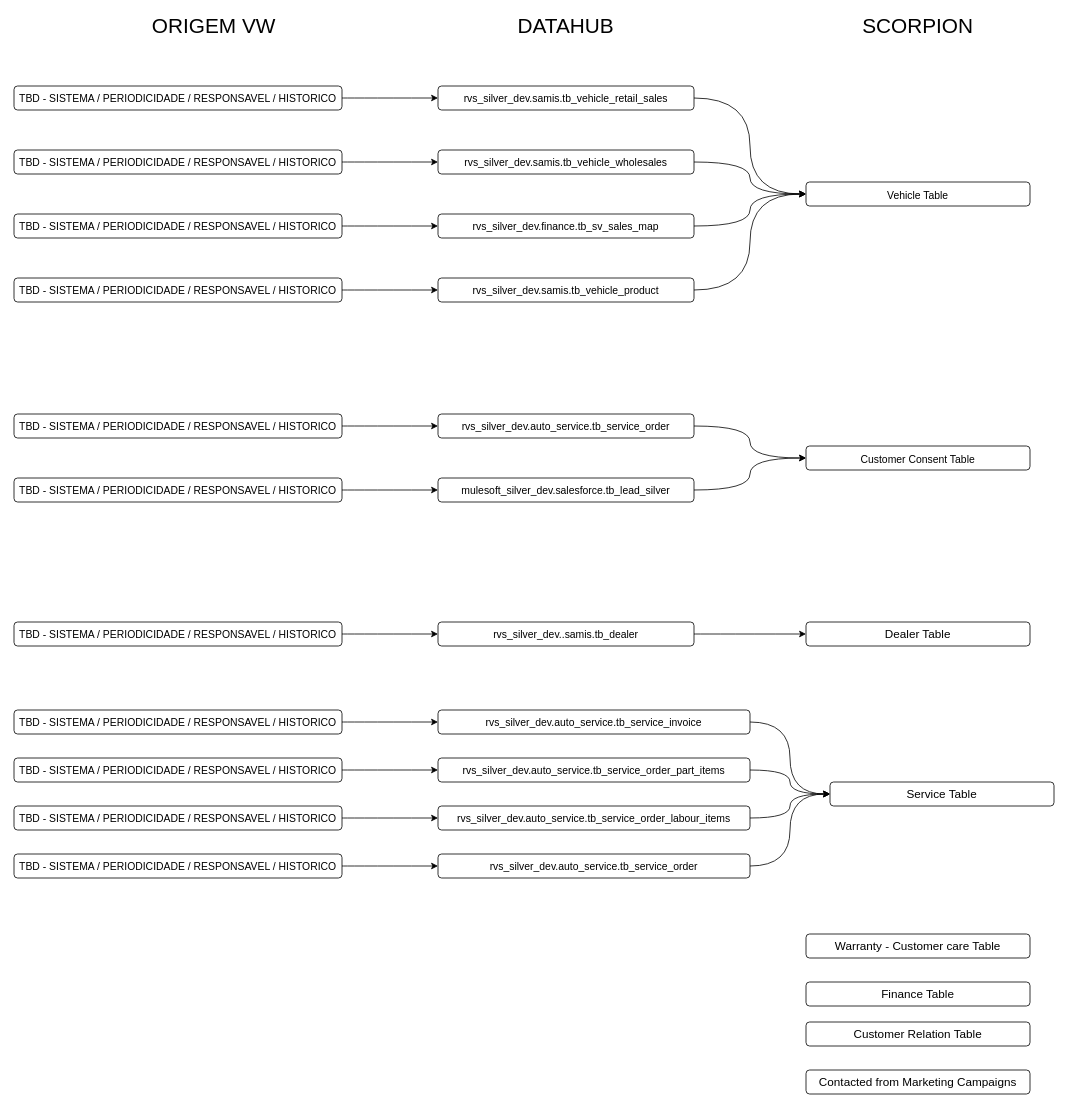
Above: page "Fluxo Tabelas" (4 of 6) of scorpion.drawio in leo-odilon/draw.io (draw.io), before the change. Source tidied: cells renumbered, new cells numbered last; positions are measured from the earlier drawing's top-left corner, leaving out a move shared by most shapes. Both pictures are drawn from the tidied source at 80%, with x=0, y=0 at pixel (14, 14).
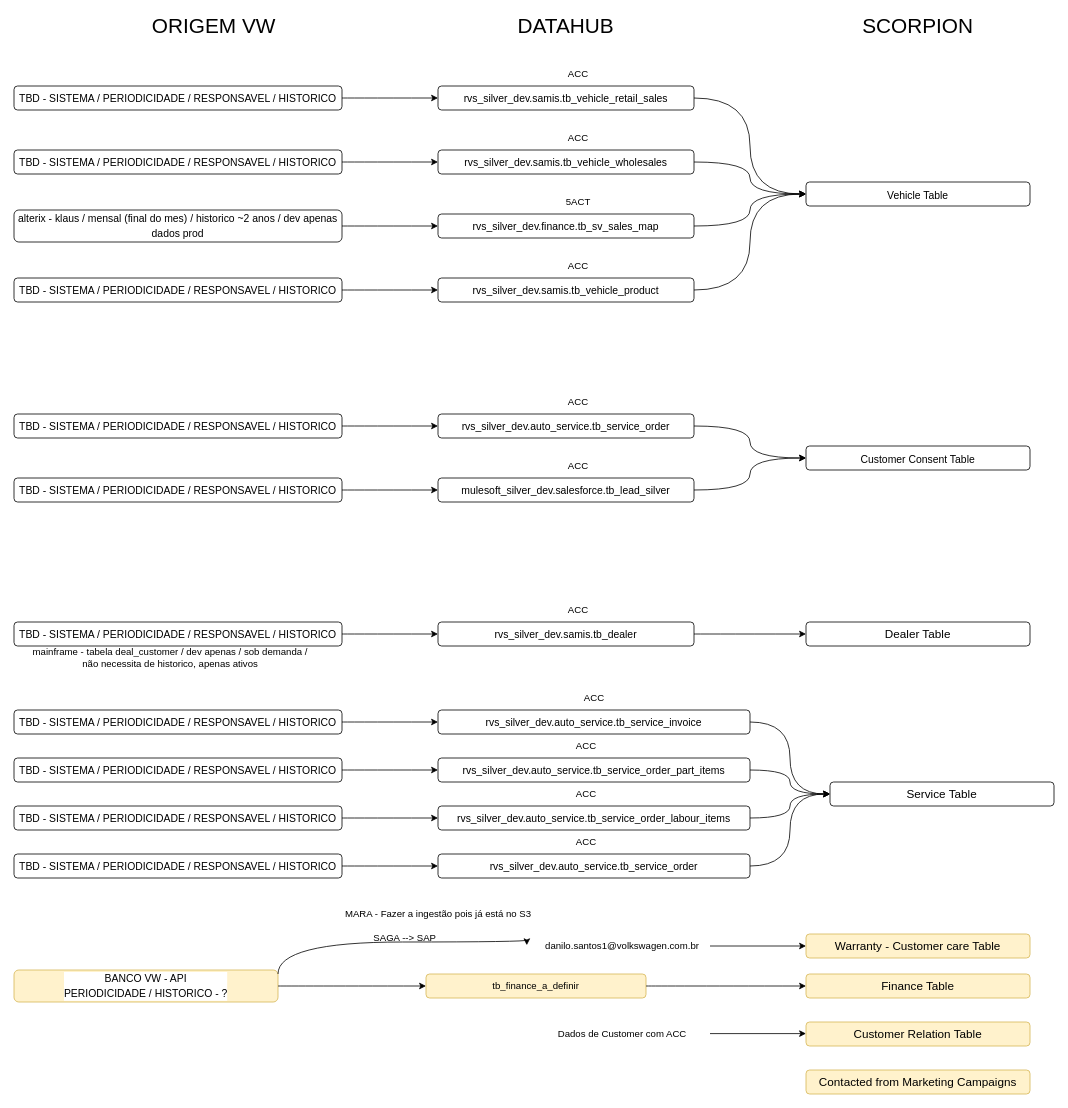
The same page after the edit.

Change to the diagram source:
```diff
@@
-    <mxCell id="4" value="&lt;div style=&quot;font-size: medium;&quot;&gt;&lt;div style=&quot;&quot;&gt;&lt;div style=&quot;&quot;&gt;&lt;table width=&quot;243&quot; style=&quot;border-collapse: collapse; width: 182pt;&quot;&gt;&lt;colgroup&gt;&lt;col width=&quot;243&quot; style=&quot;width: 182pt;&quot;&gt;&lt;/colgroup&gt;&lt;tbody&gt;&lt;tr height=&quot;21&quot; style=&quot;height: 15.75pt;&quot;&gt;&lt;td width=&quot;243&quot; height=&quot;21&quot; class=&quot;xl24&quot; style=&quot;padding-top: 1px; padding-right: 1px; padding-left: 1px; font-size: 11pt; font-family: &amp;quot;Aptos Narrow&amp;quot;, sans-serif; vertical-align: bottom; border: none; text-wrap: nowrap; width: 182pt; height: 15.75pt;&quot;&gt;Customer Relation Table&lt;/td&gt;&lt;/tr&gt;&lt;/tbody&gt;&lt;/table&gt;&lt;/div&gt;&lt;/div&gt;&lt;/div&gt;" style="rounded=1;whiteSpace=wrap;html=1;align=center;verticalAlign=middle;" parent="1" vertex="1">
+    <mxCell id="4" value="&lt;div style=&quot;font-size: medium;&quot;&gt;&lt;div style=&quot;&quot;&gt;&lt;div style=&quot;&quot;&gt;&lt;table width=&quot;243&quot; style=&quot;border-collapse: collapse; width: 182pt;&quot;&gt;&lt;colgroup&gt;&lt;col width=&quot;243&quot; style=&quot;width: 182pt;&quot;&gt;&lt;/colgroup&gt;&lt;tbody&gt;&lt;tr height=&quot;21&quot; style=&quot;height: 15.75pt;&quot;&gt;&lt;td width=&quot;243&quot; height=&quot;21&quot; class=&quot;xl24&quot; style=&quot;padding-top: 1px; padding-right: 1px; padding-left: 1px; font-size: 11pt; font-family: &amp;quot;Aptos Narrow&amp;quot;, sans-serif; vertical-align: bottom; border: none; text-wrap: nowrap; width: 182pt; height: 15.75pt;&quot;&gt;Customer Relation Table&lt;/td&gt;&lt;/tr&gt;&lt;/tbody&gt;&lt;/table&gt;&lt;/div&gt;&lt;/div&gt;&lt;/div&gt;" style="rounded=1;whiteSpace=wrap;html=1;align=center;verticalAlign=middle;fillColor=#fff2cc;strokeColor=#d6b656;" parent="1" vertex="1">
       <mxGeometry x="990" y="1260" width="280" height="30" as="geometry" />
     </mxCell>
-    <mxCell id="5" value="&lt;div style=&quot;font-size: medium;&quot;&gt;&lt;div style=&quot;&quot;&gt;&lt;table width=&quot;243&quot; style=&quot;border-collapse: collapse; width: 182pt;&quot;&gt;&lt;colgroup&gt;&lt;col width=&quot;243&quot; style=&quot;width: 182pt;&quot;&gt;&lt;/colgroup&gt;&lt;tbody&gt;&lt;tr height=&quot;21&quot; style=&quot;height: 15.75pt;&quot;&gt;&lt;td width=&quot;243&quot; height=&quot;21&quot; class=&quot;xl24&quot; style=&quot;padding-top: 1px; padding-right: 1px; padding-left: 1px; font-size: 11pt; font-family: &amp;quot;Aptos Narrow&amp;quot;, sans-serif; vertical-align: bottom; border: none; text-wrap: nowrap; width: 182pt; height: 15.75pt;&quot;&gt;Warranty - Customer care Table&lt;/td&gt;&lt;/tr&gt;&lt;/tbody&gt;&lt;/table&gt;&lt;/div&gt;&lt;/div&gt;" style="rounded=1;whiteSpace=wrap;html=1;align=center;" parent="1" vertex="1">
+    <mxCell id="5" value="&lt;div style=&quot;font-size: medium;&quot;&gt;&lt;div style=&quot;&quot;&gt;&lt;table width=&quot;243&quot; style=&quot;border-collapse: collapse; width: 182pt;&quot;&gt;&lt;colgroup&gt;&lt;col width=&quot;243&quot; style=&quot;width: 182pt;&quot;&gt;&lt;/colgroup&gt;&lt;tbody&gt;&lt;tr height=&quot;21&quot; style=&quot;height: 15.75pt;&quot;&gt;&lt;td width=&quot;243&quot; height=&quot;21&quot; class=&quot;xl24&quot; style=&quot;padding-top: 1px; padding-right: 1px; padding-left: 1px; font-size: 11pt; font-family: &amp;quot;Aptos Narrow&amp;quot;, sans-serif; vertical-align: bottom; border: none; text-wrap: nowrap; width: 182pt; height: 15.75pt;&quot;&gt;Warranty - Customer care Table&lt;/td&gt;&lt;/tr&gt;&lt;/tbody&gt;&lt;/table&gt;&lt;/div&gt;&lt;/div&gt;" style="rounded=1;whiteSpace=wrap;html=1;align=center;fillColor=#fff2cc;strokeColor=#d6b656;" parent="1" vertex="1">
       <mxGeometry x="990" y="1150" width="280" height="30" as="geometry" />
     </mxCell>
-    <mxCell id="6" value="&lt;div style=&quot;font-size: medium;&quot;&gt;&lt;div style=&quot;&quot;&gt;&lt;div style=&quot;&quot;&gt;&lt;table width=&quot;243&quot; style=&quot;border-collapse: collapse; width: 182pt;&quot;&gt;&lt;colgroup&gt;&lt;col width=&quot;243&quot; style=&quot;width: 182pt;&quot;&gt;&lt;/colgroup&gt;&lt;tbody&gt;&lt;tr height=&quot;21&quot; style=&quot;height: 15.75pt;&quot;&gt;&lt;td width=&quot;243&quot; height=&quot;21&quot; class=&quot;xl24&quot; style=&quot;padding-top: 1px; padding-right: 1px; padding-left: 1px; font-size: 11pt; font-family: &amp;quot;Aptos Narrow&amp;quot;, sans-serif; vertical-align: bottom; border: none; text-wrap: nowrap; width: 182pt; height: 15.75pt;&quot;&gt;Finance Table&lt;/td&gt;&lt;/tr&gt;&lt;/tbody&gt;&lt;/table&gt;&lt;/div&gt;&lt;/div&gt;&lt;/div&gt;" style="rounded=1;whiteSpace=wrap;html=1;align=center;" parent="1" vertex="1">
-      <mxGeometry x="990" y="1210" width="280" height="30" as="geometry" />
+    <mxCell id="6" value="tb_finance_a_definir" style="rounded=1;whiteSpace=wrap;html=1;align=center;fillColor=#fff2cc;strokeColor=#d6b656;" parent="1" vertex="1">
+      <mxGeometry x="515" y="1200" width="275" height="30" as="geometry" />
     </mxCell>
-    <mxCell id="7" value="&lt;div style=&quot;font-size: medium;&quot;&gt;&lt;div style=&quot;&quot;&gt;&lt;div style=&quot;&quot;&gt;&lt;div style=&quot;&quot;&gt;&lt;div style=&quot;&quot;&gt;&lt;table width=&quot;243&quot; style=&quot;border-collapse: collapse; width: 182pt;&quot;&gt;&lt;colgroup&gt;&lt;col width=&quot;243&quot; style=&quot;width: 182pt;&quot;&gt;&lt;/colgroup&gt;&lt;tbody&gt;&lt;tr height=&quot;21&quot; style=&quot;height: 15.75pt;&quot;&gt;&lt;td width=&quot;243&quot; height=&quot;21&quot; class=&quot;xl24&quot; style=&quot;padding-top: 1px; padding-right: 1px; padding-left: 1px; font-size: 11pt; font-family: &amp;quot;Aptos Narrow&amp;quot;, sans-serif; vertical-align: bottom; border: none; text-wrap: nowrap; width: 182pt; height: 15.75pt;&quot;&gt;Contacted from Marketing Campaigns&lt;/td&gt;&lt;/tr&gt;&lt;/tbody&gt;&lt;/table&gt;&lt;/div&gt;&lt;/div&gt;&lt;/div&gt;&lt;/div&gt;&lt;/div&gt;" style="rounded=1;whiteSpace=wrap;html=1;align=center;verticalAlign=middle;" parent="1" vertex="1">
+    <mxCell id="7" value="&lt;div style=&quot;font-size: medium;&quot;&gt;&lt;div style=&quot;&quot;&gt;&lt;div style=&quot;&quot;&gt;&lt;div style=&quot;&quot;&gt;&lt;div style=&quot;&quot;&gt;&lt;table width=&quot;243&quot; style=&quot;border-collapse: collapse; width: 182pt;&quot;&gt;&lt;colgroup&gt;&lt;col width=&quot;243&quot; style=&quot;width: 182pt;&quot;&gt;&lt;/colgroup&gt;&lt;tbody&gt;&lt;tr height=&quot;21&quot; style=&quot;height: 15.75pt;&quot;&gt;&lt;td width=&quot;243&quot; height=&quot;21&quot; class=&quot;xl24&quot; style=&quot;padding-top: 1px; padding-right: 1px; padding-left: 1px; font-size: 11pt; font-family: &amp;quot;Aptos Narrow&amp;quot;, sans-serif; vertical-align: bottom; border: none; text-wrap: nowrap; width: 182pt; height: 15.75pt;&quot;&gt;Contacted from Marketing Campaigns&lt;/td&gt;&lt;/tr&gt;&lt;/tbody&gt;&lt;/table&gt;&lt;/div&gt;&lt;/div&gt;&lt;/div&gt;&lt;/div&gt;&lt;/div&gt;" style="rounded=1;whiteSpace=wrap;html=1;align=center;verticalAlign=middle;fillColor=#fff2cc;strokeColor=#d6b656;" parent="1" vertex="1">
       <mxGeometry x="990" y="1320" width="280" height="30" as="geometry" />
     </mxCell>
@@
-    <mxCell id="24" value="&lt;div style=&quot;font-size: 13px;&quot;&gt;&lt;div style=&quot;font-size: 13px; line-height: 18px; white-space: pre;&quot;&gt;TBD - SISTEMA / PERIODICIDADE / RESPONSAVEL / HISTORICO&lt;br style=&quot;font-size: 13px;&quot;&gt;&lt;/div&gt;&lt;/div&gt;" style="rounded=1;whiteSpace=wrap;html=1;align=center;fontColor=default;labelBackgroundColor=default;fontFamily=Helvetica;fontSize=13;" parent="1" vertex="1">
-      <mxGeometry y="250" width="410" height="30" as="geometry" />
+    <mxCell id="24" value="&lt;div style=&quot;font-size: 13px;&quot;&gt;&lt;div style=&quot;font-size: 13px; line-height: 18px; white-space: pre;&quot;&gt;alterix - klaus / mensal (final do mes) / historico ~2 anos / dev apenas&lt;br/&gt;dados prod&lt;/div&gt;&lt;/div&gt;" style="rounded=1;whiteSpace=wrap;html=1;align=center;fontColor=default;labelBackgroundColor=default;fontFamily=Helvetica;fontSize=13;" parent="1" vertex="1">
+      <mxGeometry y="245" width="410" height="40" as="geometry" />
     </mxCell>
@@
-    <mxCell id="38" value="&lt;div style=&quot;font-size: 13px;&quot;&gt;&lt;div style=&quot;font-size: 13px; line-height: 18px; white-space: pre;&quot;&gt;&lt;font style=&quot;font-size: 13px;&quot; face=&quot;Helvetica&quot;&gt;rvs_silver_dev&lt;span style=&quot;font-size: 13px;&quot;&gt;.&lt;/span&gt;&lt;span style=&quot;font-size: 13px;&quot;&gt;.samis.tb_dealer&lt;/span&gt;&lt;/font&gt;&lt;/div&gt;&lt;/div&gt;" style="rounded=1;whiteSpace=wrap;html=1;align=center;fontColor=default;labelBackgroundColor=default;fontFamily=Helvetica;fontSize=13;" parent="1" vertex="1">
+    <mxCell id="38" value="&lt;div style=&quot;font-size: 13px;&quot;&gt;&lt;div style=&quot;font-size: 13px; line-height: 18px; white-space: pre;&quot;&gt;&lt;font style=&quot;font-size: 13px;&quot; face=&quot;Helvetica&quot;&gt;rvs_silver_dev&lt;span style=&quot;font-size: 13px;&quot;&gt;.&lt;/span&gt;&lt;span style=&quot;font-size: 13px;&quot;&gt;samis.tb_dealer&lt;/span&gt;&lt;/font&gt;&lt;/div&gt;&lt;/div&gt;" style="rounded=1;whiteSpace=wrap;html=1;align=center;fontColor=default;labelBackgroundColor=default;fontFamily=Helvetica;fontSize=13;" parent="1" vertex="1">
       <mxGeometry x="530" y="760" width="320" height="30" as="geometry" />
     </mxCell>
@@
+    <mxCell id="57" value="ACC" style="text;html=1;align=center;verticalAlign=middle;strokeColor=none;fillColor=none;" parent="1" vertex="1">
+      <mxGeometry x="680" y="60" width="50" height="30" as="geometry" />
+    </mxCell>
+    <mxCell id="58" value="ACC" style="text;html=1;align=center;verticalAlign=middle;strokeColor=none;fillColor=none;" parent="1" vertex="1">
+      <mxGeometry x="680" y="140" width="50" height="30" as="geometry" />
+    </mxCell>
+    <mxCell id="59" value="ACC" style="text;html=1;align=center;verticalAlign=middle;strokeColor=none;fillColor=none;" parent="1" vertex="1">
+      <mxGeometry x="680" y="300" width="50" height="30" as="geometry" />
+    </mxCell>
+    <mxCell id="60" value="ACC" style="text;html=1;align=center;verticalAlign=middle;strokeColor=none;fillColor=none;" parent="1" vertex="1">
+      <mxGeometry x="680" y="470" width="50" height="30" as="geometry" />
+    </mxCell>
+    <mxCell id="61" value="ACC" style="text;html=1;align=center;verticalAlign=middle;strokeColor=none;fillColor=none;" parent="1" vertex="1">
+      <mxGeometry x="680" y="550" width="50" height="30" as="geometry" />
+    </mxCell>
+    <mxCell id="62" value="5ACT" style="text;html=1;align=center;verticalAlign=middle;strokeColor=none;fillColor=none;" parent="1" vertex="1">
+      <mxGeometry x="680" y="220" width="50" height="30" as="geometry" />
+    </mxCell>
+    <mxCell id="63" value="ACC" style="text;html=1;align=center;verticalAlign=middle;strokeColor=none;fillColor=none;" parent="1" vertex="1">
+      <mxGeometry x="680" y="730" width="50" height="30" as="geometry" />
+    </mxCell>
+    <mxCell id="64" value="mainframe - tabela deal_customer / dev apenas / sob demanda / &lt;br&gt;não necessita de historico, apenas ativos" style="text;html=1;align=center;verticalAlign=middle;strokeColor=none;fillColor=none;" parent="1" vertex="1">
+      <mxGeometry x="10" y="785" width="370" height="40" as="geometry" />
+    </mxCell>
+    <mxCell id="65" value="&lt;div style=&quot;font-size: 13px;&quot;&gt;&lt;div style=&quot;font-size: 13px; line-height: 18px; white-space: pre;&quot;&gt;BANCO VW - API&lt;/div&gt;&lt;div style=&quot;font-size: 13px; line-height: 18px; white-space: pre;&quot;&gt;PERIODICIDADE / HISTORICO - ?&lt;/div&gt;&lt;/div&gt;" style="rounded=1;whiteSpace=wrap;html=1;align=center;labelBackgroundColor=default;fontFamily=Helvetica;fontSize=13;fillColor=#fff2cc;strokeColor=#d6b656;" parent="1" vertex="1">
+      <mxGeometry y="1195" width="330" height="40" as="geometry" />
+    </mxCell>
+    <mxCell id="66" value="ACC" style="text;html=1;align=center;verticalAlign=middle;strokeColor=none;fillColor=none;" parent="1" vertex="1">
+      <mxGeometry x="700" y="840" width="50" height="30" as="geometry" />
+    </mxCell>
+    <mxCell id="67" value="&lt;div style=&quot;font-size: medium;&quot;&gt;&lt;div style=&quot;&quot;&gt;&lt;div style=&quot;&quot;&gt;&lt;table width=&quot;243&quot; style=&quot;border-collapse: collapse; width: 182pt;&quot;&gt;&lt;colgroup&gt;&lt;col width=&quot;243&quot; style=&quot;width: 182pt;&quot;&gt;&lt;/colgroup&gt;&lt;tbody&gt;&lt;tr height=&quot;21&quot; style=&quot;height: 15.75pt;&quot;&gt;&lt;td width=&quot;243&quot; height=&quot;21&quot; class=&quot;xl24&quot; style=&quot;padding-top: 1px; padding-right: 1px; padding-left: 1px; font-size: 11pt; font-family: &amp;quot;Aptos Narrow&amp;quot;, sans-serif; vertical-align: bottom; border: none; text-wrap: nowrap; width: 182pt; height: 15.75pt;&quot;&gt;Finance Table&lt;/td&gt;&lt;/tr&gt;&lt;/tbody&gt;&lt;/table&gt;&lt;/div&gt;&lt;/div&gt;&lt;/div&gt;" style="rounded=1;whiteSpace=wrap;html=1;align=center;fillColor=#fff2cc;strokeColor=#d6b656;" parent="1" vertex="1">
+      <mxGeometry x="990" y="1200" width="280" height="30" as="geometry" />
+    </mxCell>
+    <mxCell id="68" value="ACC" style="text;html=1;align=center;verticalAlign=middle;strokeColor=none;fillColor=none;" parent="1" vertex="1">
+      <mxGeometry x="690" y="900" width="50" height="30" as="geometry" />
+    </mxCell>
+    <mxCell id="69" style="edgeStyle=orthogonalEdgeStyle;curved=1;rounded=0;jettySize=auto;html=1;fontSize=13;entryX=0;entryY=0.5;entryDx=0;entryDy=0;exitX=1;exitY=0.5;exitDx=0;exitDy=0;" parent="1" edge="1" source="65" target="6">
+      <mxGeometry relative="1" as="geometry" />
+    </mxCell>
+    <mxCell id="70" value="ACC" style="text;html=1;align=center;verticalAlign=middle;strokeColor=none;fillColor=none;" parent="1" vertex="1">
+      <mxGeometry x="690" y="960" width="50" height="30" as="geometry" />
+    </mxCell>
+    <mxCell id="71" style="edgeStyle=orthogonalEdgeStyle;curved=1;rounded=0;jettySize=auto;html=1;fontSize=13;entryX=0;entryY=0.5;entryDx=0;entryDy=0;exitX=1;exitY=0.5;exitDx=0;exitDy=0;" parent="1" edge="1" source="6" target="67">
+      <mxGeometry relative="1" as="geometry" />
+    </mxCell>
+    <mxCell id="72" value="ACC" style="text;html=1;align=center;verticalAlign=middle;strokeColor=none;fillColor=none;" parent="1" vertex="1">
+      <mxGeometry x="690" y="1020" width="50" height="30" as="geometry" />
+    </mxCell>
+    <mxCell id="73" value="SAGA --&amp;gt; SAP&amp;nbsp;" style="text;html=1;align=center;verticalAlign=middle;strokeColor=none;fillColor=none;" parent="1" vertex="1">
+      <mxGeometry x="440" y="1140" width="100" height="30" as="geometry" />
+    </mxCell>
+    <mxCell id="74" style="edgeStyle=orthogonalEdgeStyle;rounded=0;jettySize=auto;html=1;" parent="1" edge="1" source="75" target="5">
+      <mxGeometry relative="1" as="geometry" />
+    </mxCell>
+    <mxCell id="75" value="danilo.santos1@volkswagen.com.br" style="text;html=1;align=center;verticalAlign=middle;points=[];strokeColor=none;fillColor=none;" parent="1" vertex="1">
+      <mxGeometry x="650" y="1150" width="220" height="30" as="geometry" />
+    </mxCell>
+    <mxCell id="76" value="Dados de Customer com ACC" style="text;html=1;align=center;verticalAlign=middle;strokeColor=none;fillColor=none;" parent="1" vertex="1">
+      <mxGeometry x="670" y="1260" width="180" height="30" as="geometry" />
+    </mxCell>
+    <mxCell id="77" style="edgeStyle=orthogonalEdgeStyle;rounded=0;orthogonalLoop=1;jettySize=auto;html=1;" parent="1" edge="1">
+      <mxGeometry relative="1" as="geometry">
+        <mxPoint x="870" y="1274.5" as="sourcePoint" />
+        <mxPoint x="990" y="1274.5" as="targetPoint" />
+      </mxGeometry>
+    </mxCell>
+    <mxCell id="78" value="MARA - Fazer a ingestão pois já está no S3" style="text;html=1;align=center;verticalAlign=middle;strokeColor=none;fillColor=none;" parent="1" vertex="1">
+      <mxGeometry x="400" y="1110" width="260" height="30" as="geometry" />
+    </mxCell>
+    <mxCell id="79" style="edgeStyle=orthogonalEdgeStyle;curved=1;rounded=0;jettySize=auto;html=1;fontSize=13;entryX=-0.041;entryY=0.467;entryDx=0;entryDy=0;exitX=1;exitY=0.5;exitDx=0;exitDy=0;entryPerimeter=0;" parent="1" edge="1" target="75">
+      <mxGeometry relative="1" as="geometry">
+        <mxPoint x="330" y="1200" as="sourcePoint" />
+        <Array as="points">
+          <mxPoint x="330" y="1160" />
+          <mxPoint x="641" y="1160" />
+        </Array>
+      </mxGeometry>
+    </mxCell>
```
